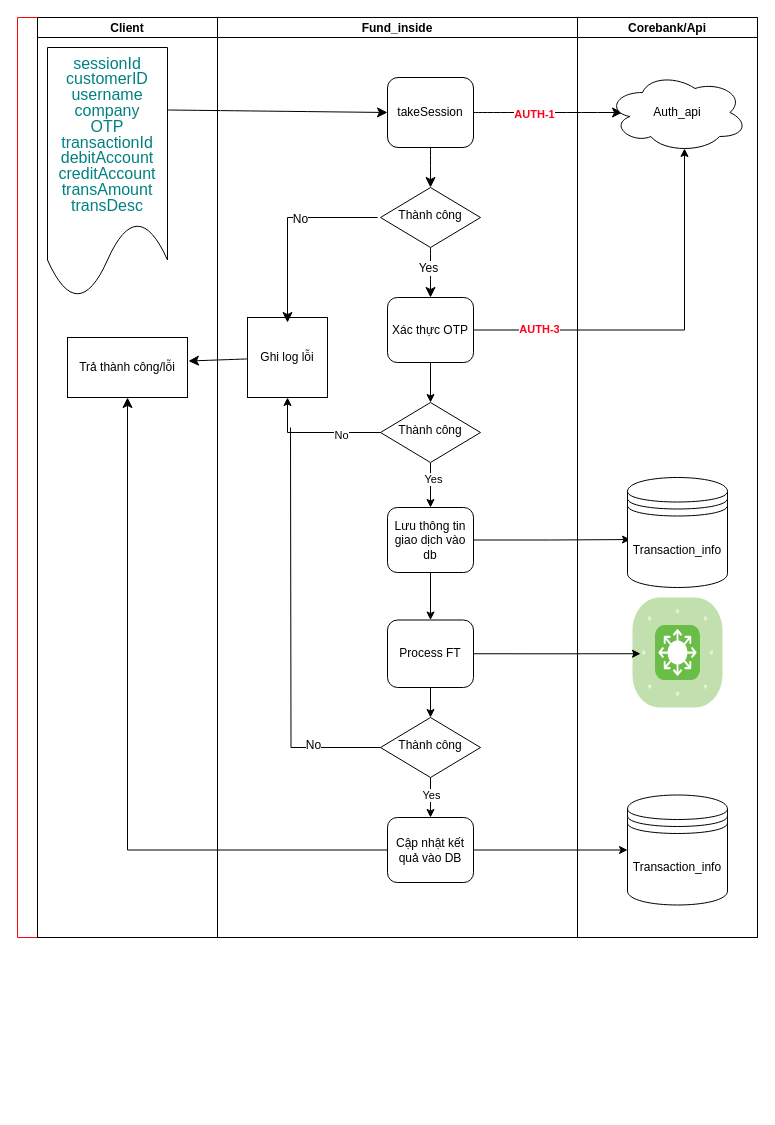
Above: page "Fund_Inside" (12 of 24) of Tai Lieu/Kai_api_V1.2.drawio in KAI-ASIA/KAI-TTS (draw.io), before the change. Source tidied: cells renumbered, new cells numbered last; positions are measured from the earlier drawing's top-left corner, leaving out a move shared by most shapes. Both pictures are drawn from the tidied source at 100%, with x=0, y=0 at pixel (17, 17).
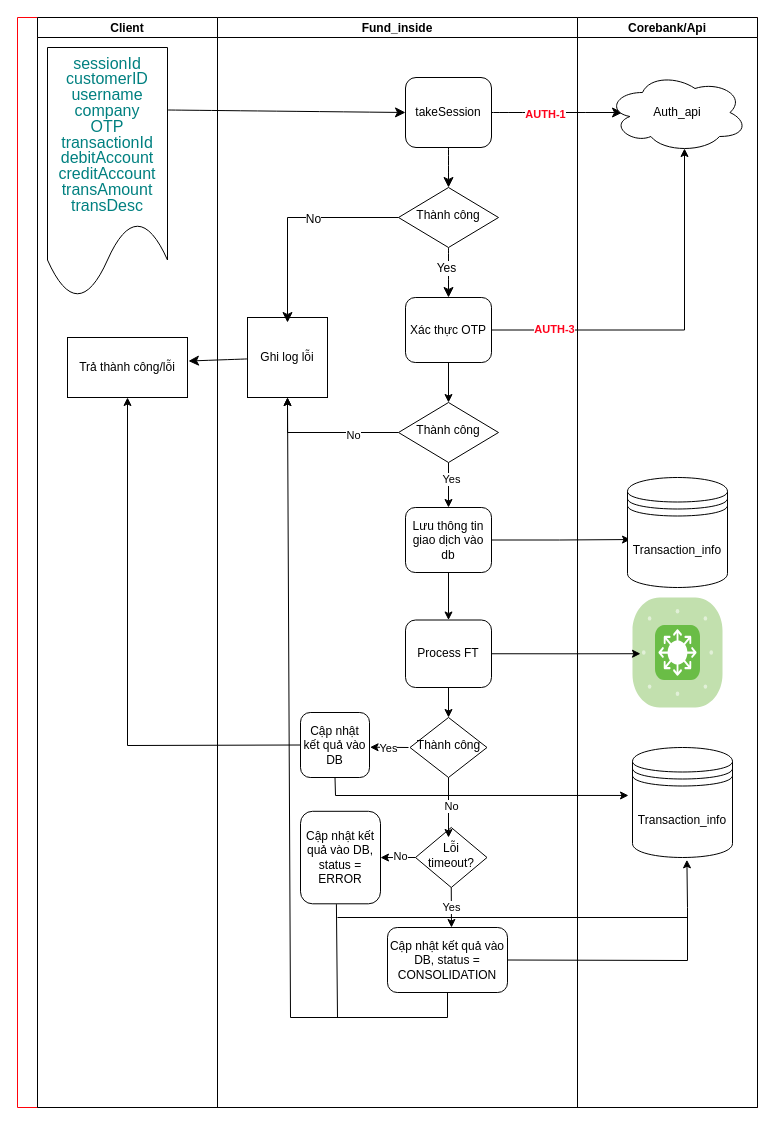
The same diagram, later.

The change refers to these unchanged cells:
```xml
<mxCell id="5" value="Trả thành công/lỗi" style="rounded=0;whiteSpace=wrap;html=1;" parent="3" vertex="1">
  <mxGeometry x="30" y="320" width="120" height="60" as="geometry" />
</mxCell>
<mxCell id="21" value="Ghi log lỗi" style="whiteSpace=wrap;html=1;" parent="14" vertex="1">
  <mxGeometry x="30" y="300" width="80" height="80" as="geometry" />
</mxCell>
```

Change to the diagram source:
```diff
@@
     <mxCell id="2" style="swimlane;startSize=20;horizontal=0;strokeColor=#FF030B;" parent="1" vertex="1">
-      <mxGeometry width="740" height="920" as="geometry" />
+      <mxGeometry width="740" height="1090" as="geometry" />
     </mxCell>
     <mxCell id="3" value="Client" style="swimlane;startSize=20;" parent="2" vertex="1">
-      <mxGeometry x="20" width="180" height="920" as="geometry" />
+      <mxGeometry x="20" width="180" height="1090" as="geometry" />
     </mxCell>
@@
-    <mxCell id="10" style="edgeStyle=segmentEdgeStyle;endArrow=classic;html=1;curved=0;rounded=0;endSize=8;startSize=8;fontSize=12;entryX=0.5;entryY=1;entryDx=0;entryDy=0;exitX=0;exitY=0.5;exitDx=0;exitDy=0;" parent="2" edge="1" source="38" target="5">
-      <mxGeometry relative="1" as="geometry" />
-    </mxCell>
@@
     <mxCell id="14" value="Fund_inside" style="swimlane;startSize=20;" parent="2" vertex="1">
-      <mxGeometry x="200" width="360" height="920" as="geometry" />
+      <mxGeometry x="200" width="360" height="1090" as="geometry" />
     </mxCell>
@@
     <mxCell id="17" value="Thành công" style="rhombus;whiteSpace=wrap;html=1;shadow=0;fontFamily=Helvetica;fontSize=12;align=center;strokeWidth=1;spacing=6;spacingTop=-4;" parent="14" vertex="1">
-      <mxGeometry x="163" y="170" width="100" height="60" as="geometry" />
+      <mxGeometry x="181" y="170" width="100" height="60" as="geometry" />
     </mxCell>
@@
     <mxCell id="19" value="takeSession" style="rounded=1;whiteSpace=wrap;html=1;fontSize=12;glass=0;strokeWidth=1;shadow=0;" parent="14" vertex="1">
-      <mxGeometry x="170" y="60" width="86" height="70" as="geometry" />
+      <mxGeometry x="188" y="60" width="86" height="70" as="geometry" />
     </mxCell>
@@
-    <mxCell id="22" style="edgeStyle=segmentEdgeStyle;endArrow=classic;html=1;curved=0;rounded=0;endSize=8;startSize=8;fontSize=12;entryX=0.5;entryY=0.063;entryDx=0;entryDy=0;entryPerimeter=0;" parent="14" edge="1" target="21">
-      <mxGeometry relative="1" as="geometry">
-        <mxPoint x="160" y="200" as="sourcePoint" />
-      </mxGeometry>
+    <mxCell id="22" style="edgeStyle=segmentEdgeStyle;endArrow=classic;html=1;curved=0;rounded=0;endSize=8;startSize=8;fontSize=12;entryX=0.5;entryY=0.063;entryDx=0;entryDy=0;entryPerimeter=0;exitX=0;exitY=0.5;exitDx=0;exitDy=0;" parent="14" edge="1" source="17" target="21">
+      <mxGeometry relative="1" as="geometry" />
     </mxCell>
@@
     <mxCell id="25" value="Xác thực OTP" style="rounded=1;whiteSpace=wrap;html=1;fontSize=12;glass=0;strokeWidth=1;shadow=0;" parent="14" vertex="1">
-      <mxGeometry x="170" y="280" width="86" height="65" as="geometry" />
+      <mxGeometry x="188" y="280" width="86" height="65" as="geometry" />
     </mxCell>
@@
     <mxCell id="30" value="Thành công" style="rhombus;whiteSpace=wrap;html=1;shadow=0;fontFamily=Helvetica;fontSize=12;align=center;strokeWidth=1;spacing=6;spacingTop=-4;" parent="14" vertex="1">
-      <mxGeometry x="163" y="385" width="100" height="60" as="geometry" />
+      <mxGeometry x="181" y="385" width="100" height="60" as="geometry" />
     </mxCell>
@@
     <mxCell id="32" value="Lưu thông tin giao dịch vào db" style="rounded=1;whiteSpace=wrap;html=1;fontSize=12;glass=0;strokeWidth=1;shadow=0;" parent="14" vertex="1">
-      <mxGeometry x="170" y="490" width="86" height="65" as="geometry" />
+      <mxGeometry x="188" y="490" width="86" height="65" as="geometry" />
     </mxCell>
@@
     <mxCell id="34" value="Process FT" style="rounded=1;whiteSpace=wrap;html=1;fontSize=12;glass=0;strokeWidth=1;shadow=0;" parent="14" vertex="1">
-      <mxGeometry x="170" y="602.5" width="86" height="67.5" as="geometry" />
+      <mxGeometry x="188" y="602.5" width="86" height="67.5" as="geometry" />
     </mxCell>
-    <mxCell id="35" style="edgeStyle=orthogonalEdgeStyle;rounded=0;jettySize=auto;html=1;exitX=0.5;exitY=1;exitDx=0;exitDy=0;entryX=0.5;entryY=0;entryDx=0;entryDy=0;" parent="14" edge="1" source="37" target="38">
-      <mxGeometry relative="1" as="geometry" />
-    </mxCell>
-    <mxCell id="36" value="Yes" style="edgeLabel;html=1;align=center;verticalAlign=middle;" parent="35" vertex="1">
-      <mxGeometry x="-0.15" relative="1" as="geometry" />
-    </mxCell>
     <mxCell id="37" value="Thành công" style="rhombus;whiteSpace=wrap;html=1;shadow=0;fontFamily=Helvetica;fontSize=12;align=center;strokeWidth=1;spacing=6;spacingTop=-4;" parent="14" vertex="1">
-      <mxGeometry x="163" y="700" width="100" height="60" as="geometry" />
+      <mxGeometry x="192.5" y="700" width="77" height="60" as="geometry" />
     </mxCell>
     <mxCell id="38" value="Cập nhật kết quả vào DB" style="rounded=1;whiteSpace=wrap;html=1;fontSize=12;glass=0;strokeWidth=1;shadow=0;" parent="14" vertex="1">
-      <mxGeometry x="170" y="800" width="86" height="65" as="geometry" />
+      <mxGeometry x="83" y="695" width="69" height="65" as="geometry" />
     </mxCell>
-    <mxCell id="39" style="endArrow=none;html=1;rounded=0;fontSize=12;startSize=8;endSize=8;edgeStyle=orthogonalEdgeStyle;exitX=0;exitY=0.5;exitDx=0;exitDy=0;" parent="14" edge="1" source="37">
-      <mxGeometry relative="1" as="geometry">
-        <mxPoint x="73" y="410" as="targetPoint" />
-      </mxGeometry>
-    </mxCell>
-    <mxCell id="40" value="No" style="edgeLabel;html=1;align=center;verticalAlign=middle;fontSize=12;" parent="39" vertex="1">
-      <mxGeometry x="-0.67" y="-3" relative="1" as="geometry" />
-    </mxCell>
+    <mxCell id="48" style="edgeStyle=orthogonalEdgeStyle;rounded=0;jettySize=auto;html=1;" parent="14" edge="1" source="50" target="53">
+      <mxGeometry relative="1" as="geometry" />
+    </mxCell>
+    <mxCell id="49" value="No" style="edgeLabel;html=1;align=center;verticalAlign=middle;" parent="48" vertex="1">
+      <mxGeometry x="-0.2" y="-2" relative="1" as="geometry">
+        <mxPoint x="-2" as="offset" />
+      </mxGeometry>
+    </mxCell>
+    <mxCell id="50" value="Lỗi timeout?" style="rhombus;whiteSpace=wrap;html=1;shadow=0;fontFamily=Helvetica;fontSize=12;align=center;strokeWidth=1;spacing=6;spacingTop=-4;" parent="14" vertex="1">
+      <mxGeometry x="198" y="810" width="71.5" height="60" as="geometry" />
+    </mxCell>
+    <mxCell id="51" value="Cập nhật kết quả vào DB, status = CONSOLIDATION" style="rounded=1;whiteSpace=wrap;html=1;fontSize=12;glass=0;strokeWidth=1;shadow=0;" parent="14" vertex="1">
+      <mxGeometry x="170" y="910" width="120" height="65" as="geometry" />
+    </mxCell>
+    <mxCell id="52" style="endArrow=classic;html=1;rounded=0;exitX=0.5;exitY=1;exitDx=0;exitDy=0;entryX=0.5;entryY=1;entryDx=0;entryDy=0;" parent="14" edge="1" source="51" target="21">
+      <mxGeometry relative="1" as="geometry">
+        <Array as="points">
+          <mxPoint x="230" y="1000" />
+          <mxPoint x="73" y="1000" />
+        </Array>
+      </mxGeometry>
+    </mxCell>
+    <mxCell id="53" value="Cập nhật kết quả vào DB, status = ERROR" style="rounded=1;whiteSpace=wrap;html=1;fontSize=12;glass=0;strokeWidth=1;shadow=0;" parent="14" vertex="1">
+      <mxGeometry x="83" y="793.8" width="80" height="92.5" as="geometry" />
+    </mxCell>
     <mxCell id="41" value="Corebank/Api" style="swimlane;startSize=20;" parent="2" vertex="1">
-      <mxGeometry x="560" width="180" height="920" as="geometry" />
+      <mxGeometry x="560" width="180" height="1090" as="geometry" />
     </mxCell>
@@
     <mxCell id="45" value="Transaction_info" style="shape=datastore;whiteSpace=wrap;html=1;" parent="41" vertex="1">
-      <mxGeometry x="50" y="777.5" width="100" height="110" as="geometry" />
+      <mxGeometry x="55" y="730" width="100" height="110" as="geometry" />
     </mxCell>
@@
+    <mxCell id="10" style="endArrow=classic;html=1;rounded=0;exitX=0;exitY=0.5;exitDx=0;exitDy=0;entryX=0.5;entryY=1;entryDx=0;entryDy=0;" parent="2" edge="1" source="38" target="5">
+      <mxGeometry relative="1" as="geometry">
+        <Array as="points">
+          <mxPoint x="110" y="728" />
+        </Array>
+      </mxGeometry>
+    </mxCell>
-    <mxCell id="47" style="edgeStyle=orthogonalEdgeStyle;rounded=0;jettySize=auto;html=1;exitX=1;exitY=0.5;exitDx=0;exitDy=0;" parent="2" edge="1" source="38" target="45">
-      <mxGeometry relative="1" as="geometry" />
+    <mxCell id="47" style="endArrow=classic;html=1;rounded=0;exitX=0.5;exitY=1;exitDx=0;exitDy=0;entryX=-0.04;entryY=0.436;entryDx=0;entryDy=0;entryPerimeter=0;" parent="2" edge="1" source="38" target="45">
+      <mxGeometry relative="1" as="geometry">
+        <Array as="points">
+          <mxPoint x="318" y="778" />
+        </Array>
+      </mxGeometry>
     </mxCell>
+    <mxCell id="54" style="endArrow=classic;html=1;rounded=0;exitX=1;exitY=0.5;exitDx=0;exitDy=0;entryX=0.544;entryY=1.021;entryDx=0;entryDy=0;entryPerimeter=0;" parent="2" edge="1" source="51" target="45">
+      <mxGeometry relative="1" as="geometry">
+        <Array as="points">
+          <mxPoint x="670" y="943" />
+          <mxPoint x="670" y="890" />
+        </Array>
+      </mxGeometry>
+    </mxCell>
+    <mxCell id="55" style="endArrow=classic;html=1;rounded=0;entryX=1.008;entryY=0.534;entryDx=0;entryDy=0;entryPerimeter=0;" parent="1" edge="1" target="38">
+      <mxGeometry relative="1" as="geometry">
+        <mxPoint x="391" y="730" as="sourcePoint" />
+      </mxGeometry>
+    </mxCell>
+    <mxCell id="36" value="Yes" style="edgeLabel;html=1;align=center;verticalAlign=middle;" parent="55" vertex="1">
+      <mxGeometry x="0.04" y="1" relative="1" as="geometry" />
+    </mxCell>
+    <mxCell id="56" style="endArrow=classic;html=1;rounded=0;exitX=0.5;exitY=1;exitDx=0;exitDy=0;" parent="1" edge="1" source="37">
+      <mxGeometry relative="1" as="geometry">
+        <mxPoint x="431" y="820" as="targetPoint" />
+      </mxGeometry>
+    </mxCell>
+    <mxCell id="57" value="No" style="edgeLabel;html=1;align=center;verticalAlign=middle;" parent="56" vertex="1">
+      <mxGeometry x="-0.07" y="2" relative="1" as="geometry" />
+    </mxCell>
+    <mxCell id="58" value="Yes" style="endArrow=classic;html=1;rounded=0;exitX=0.5;exitY=1;exitDx=0;exitDy=0;" parent="1" edge="1" source="50">
+      <mxGeometry relative="1" as="geometry">
+        <mxPoint x="434" y="910" as="targetPoint" />
+      </mxGeometry>
+    </mxCell>
+    <mxCell id="59" style="endArrow=none;html=1;rounded=0;" parent="1" edge="1">
+      <mxGeometry relative="1" as="geometry">
+        <mxPoint x="320" y="900" as="sourcePoint" />
+        <mxPoint x="670" y="900" as="targetPoint" />
+      </mxGeometry>
+    </mxCell>
+    <mxCell id="60" style="endArrow=none;html=1;rounded=0;entryX=0.449;entryY=1.004;entryDx=0;entryDy=0;entryPerimeter=0;" parent="1" edge="1" target="53">
+      <mxGeometry relative="1" as="geometry">
+        <mxPoint x="320" y="1000" as="sourcePoint" />
+      </mxGeometry>
+    </mxCell>
```
